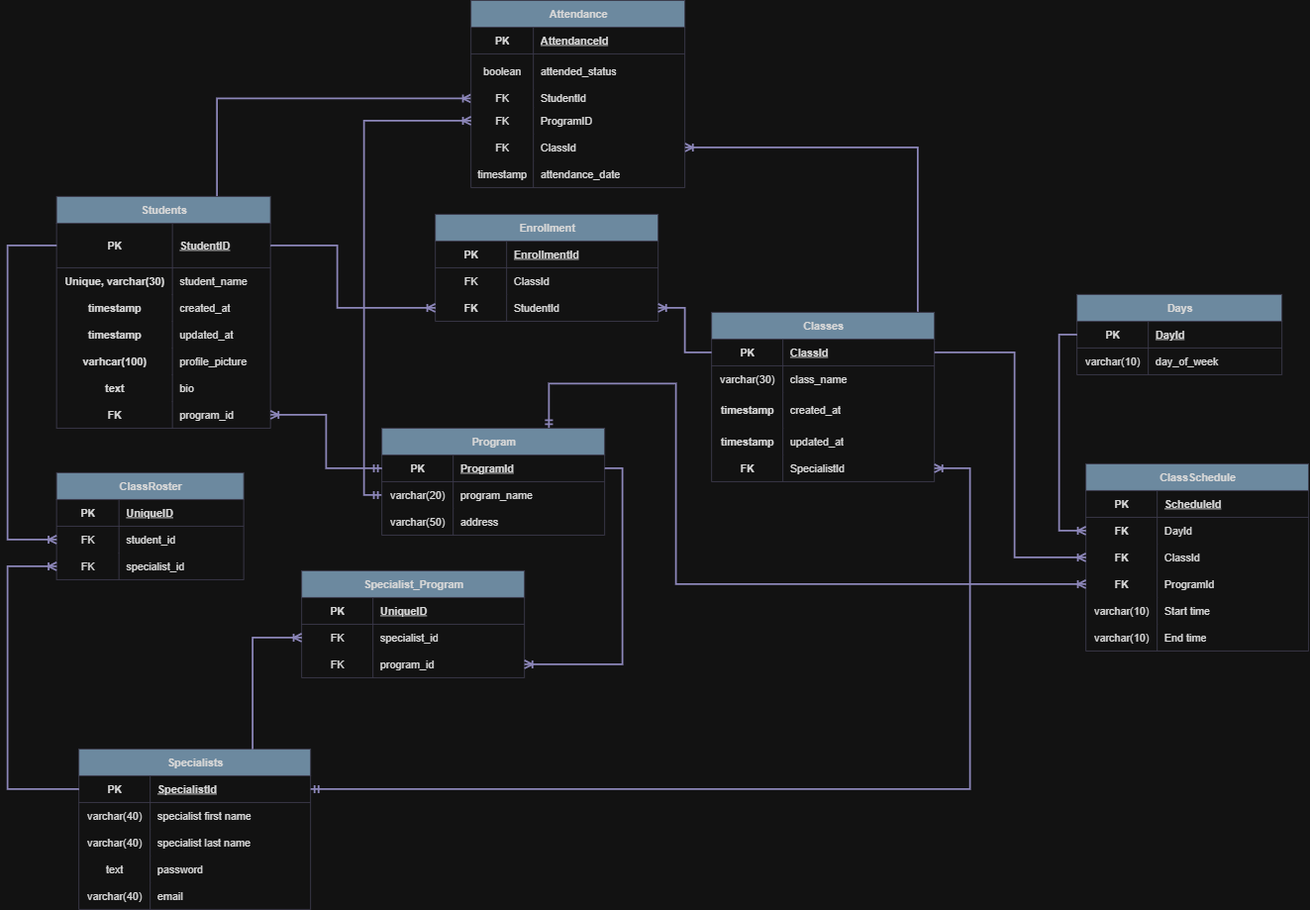
This is AttendanceTrackerApp/docs/diagrams/attendance tracker schema diagram.png from darienmiller88/AttendanceTracker, a draw.io export, as it was before one commit. Source tidied: cells renumbered, new cells last; positions are measured from the earlier drawing's top-left corner, leaving out a move shared by most shapes.
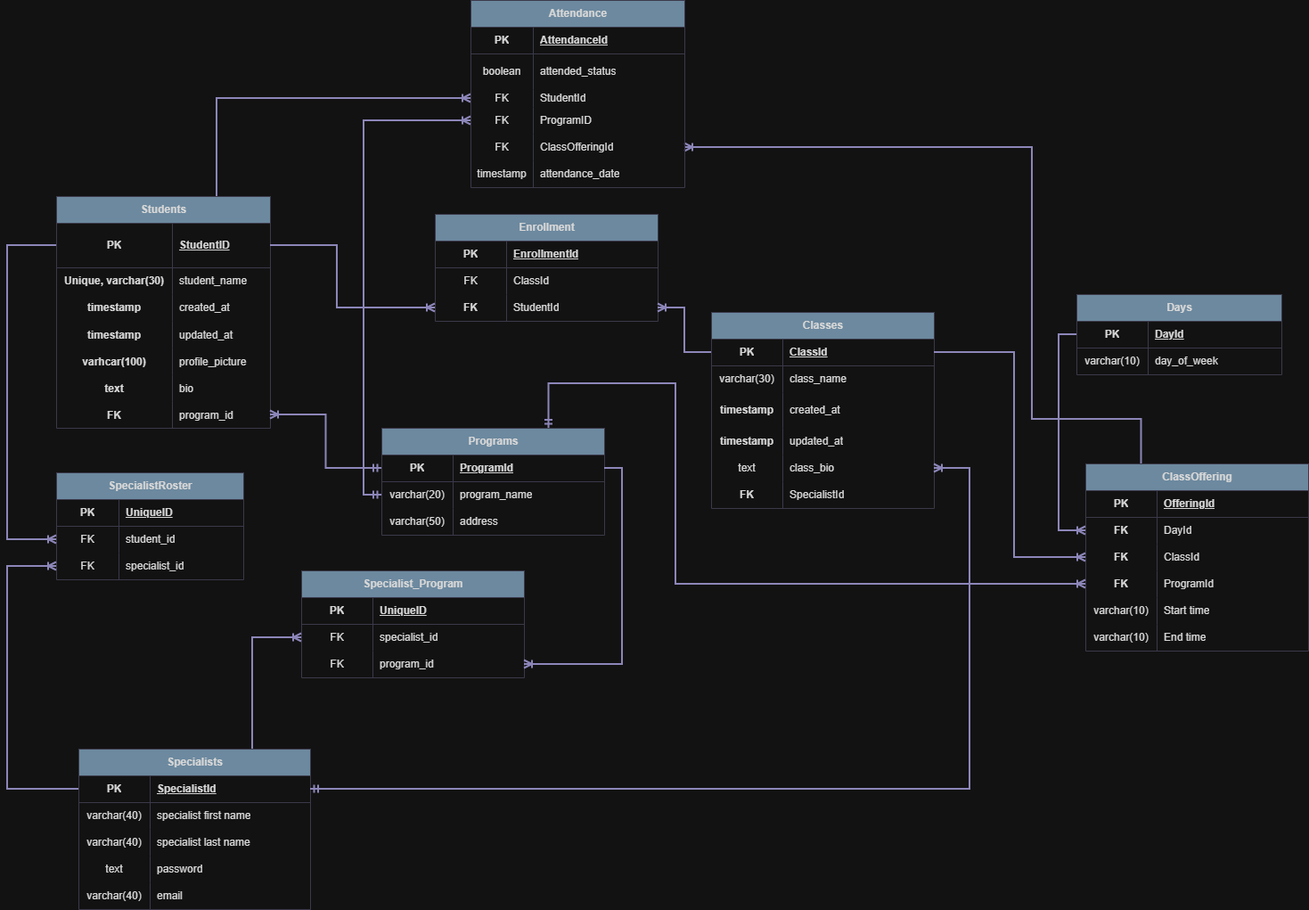
The same file after the commit.

Commit message:
progress: added new schema diagram, Attendance table reference class offering instead of class

Change to the diagram source:
```diff
@@ -2,11 +2,17 @@
   <root>
     <mxCell id="0" />
     <mxCell id="1" parent="0" />
-    <mxCell id="2" style="edgeStyle=orthogonalEdgeStyle;rounded=0;jettySize=auto;html=1;exitX=0.925;exitY=-0.004;exitDx=0;exitDy=0;entryX=1;entryY=0.5;entryDx=0;entryDy=0;strokeColor=#736CA8;fontColor=#1A1A1A;strokeWidth=2;endArrow=ERoneToMany;endFill=0;exitPerimeter=0;" parent="1" edge="1" source="3" target="55">
-      <mxGeometry relative="1" as="geometry" />
+    <mxCell id="2" style="edgeStyle=orthogonalEdgeStyle;rounded=0;jettySize=auto;html=1;exitX=0.25;exitY=0;exitDx=0;exitDy=0;entryX=1;entryY=0.5;entryDx=0;entryDy=0;strokeColor=#736CA8;fontColor=#1A1A1A;strokeWidth=2;endArrow=ERoneToMany;endFill=0;" parent="1" edge="1" source="107" target="55">
+      <mxGeometry relative="1" as="geometry">
+        <Array as="points">
+          <mxPoint x="1273" y="470" />
+          <mxPoint x="1150" y="470" />
+          <mxPoint x="1150" y="165" />
+        </Array>
+      </mxGeometry>
     </mxCell>
     <mxCell id="3" value="Classes" style="shape=table;startSize=30;rowLines=0;fontStyle=1;align=center;html=1;labelBackgroundColor=none;fillColor=#5D7F99;strokeColor=#D0CEE2;fontColor=#1A1A1A;" parent="1" vertex="1">
-      <mxGeometry x="790" y="350" width="250" height="190" as="geometry" />
+      <mxGeometry x="790" y="350" width="250" height="220" as="geometry" />
     </mxCell>
     <mxCell id="4" style="shape=tableRow;horizontal=0;startSize=0;swimlaneHead=0;swimlaneBody=0;fillColor=none;points=[[0,0.5],[1,0.5]];portConstraint=eastwest;top=0;left=0;right=0;bottom=1;labelBackgroundColor=none;strokeColor=#D0CEE2;fontColor=#1A1A1A;" parent="3" vertex="1">
       <mxGeometry y="30" width="250" height="30" as="geometry" />
@@ -44,8 +50,17 @@
     <mxCell id="15" value="updated_at" style="shape=partialRectangle;fillColor=none;top=0;left=0;bottom=0;right=0;align=left;spacingLeft=6;overflow=hidden;whiteSpace=wrap;html=1;labelBackgroundColor=none;strokeColor=#D0CEE2;fontColor=#1A1A1A;" parent="13" vertex="1">
       <mxGeometry x="80" width="170" height="30" as="geometry" />
     </mxCell>
+    <mxCell id="155" style="shape=tableRow;horizontal=0;startSize=0;swimlaneHead=0;swimlaneBody=0;fillColor=none;top=0;left=0;right=0;bottom=0;labelBackgroundColor=none;strokeColor=#D0CEE2;fontColor=#1A1A1A;" parent="3" vertex="1">
+      <mxGeometry y="160" width="250" height="30" as="geometry" />
+    </mxCell>
+    <mxCell id="156" value="text" style="shape=partialRectangle;fillColor=none;top=0;left=0;bottom=0;right=0;overflow=hidden;whiteSpace=wrap;html=1;labelBackgroundColor=none;strokeColor=#D0CEE2;fontColor=#1A1A1A;" parent="155" vertex="1">
+      <mxGeometry width="80" height="30" as="geometry" />
+    </mxCell>
+    <mxCell id="157" value="class_bio" style="shape=partialRectangle;fillColor=none;top=0;left=0;bottom=0;right=0;align=left;spacingLeft=6;overflow=hidden;whiteSpace=wrap;html=1;labelBackgroundColor=none;strokeColor=#D0CEE2;fontColor=#1A1A1A;" parent="155" vertex="1">
+      <mxGeometry x="80" width="170" height="30" as="geometry" />
+    </mxCell>
     <mxCell id="16" style="shape=tableRow;horizontal=0;startSize=0;swimlaneHead=0;swimlaneBody=0;fillColor=none;points=[[0,0.5],[1,0.5]];portConstraint=eastwest;top=0;left=0;right=0;bottom=0;labelBackgroundColor=none;strokeColor=#D0CEE2;fontColor=#1A1A1A;" parent="3" vertex="1">
-      <mxGeometry y="160" width="250" height="30" as="geometry" />
+      <mxGeometry y="190" width="250" height="30" as="geometry" />
     </mxCell>
     <mxCell id="17" value="&lt;b&gt;FK&lt;/b&gt;" style="shape=partialRectangle;fillColor=none;top=0;left=0;bottom=0;right=0;overflow=hidden;whiteSpace=wrap;html=1;labelBackgroundColor=none;strokeColor=#D0CEE2;fontColor=#1A1A1A;" parent="16" vertex="1">
       <mxGeometry width="80" height="30" as="geometry" />
@@ -167,7 +182,7 @@
     <mxCell id="56" value="FK" style="shape=partialRectangle;fillColor=none;top=0;left=0;bottom=0;right=0;overflow=hidden;whiteSpace=wrap;html=1;labelBackgroundColor=none;strokeColor=#D0CEE2;fontColor=#1A1A1A;" parent="55" vertex="1">
       <mxGeometry width="70" height="30" as="geometry" />
     </mxCell>
-    <mxCell id="57" value="ClassId" style="shape=partialRectangle;fillColor=none;top=0;left=0;bottom=0;right=0;align=left;spacingLeft=6;overflow=hidden;whiteSpace=wrap;html=1;labelBackgroundColor=none;strokeColor=#D0CEE2;fontColor=#1A1A1A;" parent="55" vertex="1">
+    <mxCell id="57" value="ClassOfferingId" style="shape=partialRectangle;fillColor=none;top=0;left=0;bottom=0;right=0;align=left;spacingLeft=6;overflow=hidden;whiteSpace=wrap;html=1;labelBackgroundColor=none;strokeColor=#D0CEE2;fontColor=#1A1A1A;" parent="55" vertex="1">
       <mxGeometry x="70" width="170" height="30" as="geometry" />
     </mxCell>
     <mxCell id="58" style="shape=tableRow;horizontal=0;startSize=0;swimlaneHead=0;swimlaneBody=0;fillColor=none;top=0;left=0;right=0;bottom=0;labelBackgroundColor=none;strokeColor=#D0CEE2;fontColor=#1A1A1A;" parent="42" vertex="1">
@@ -248,7 +263,7 @@
     <mxCell id="83" value="day_of_week" style="shape=partialRectangle;fillColor=none;top=0;left=0;bottom=0;right=0;align=left;spacingLeft=6;overflow=hidden;whiteSpace=wrap;html=1;labelBackgroundColor=none;strokeColor=#D0CEE2;fontColor=#1A1A1A;" parent="81" vertex="1">
       <mxGeometry x="80" width="150" height="30" as="geometry" />
     </mxCell>
-    <mxCell id="84" value="ClassRoster" style="shape=table;startSize=30;rowLines=0;fontStyle=1;align=center;html=1;labelBackgroundColor=none;fillColor=#5D7F99;strokeColor=#D0CEE2;fontColor=#1A1A1A;" parent="1" vertex="1">
+    <mxCell id="84" value="SpecialistRoster" style="shape=table;startSize=30;rowLines=0;fontStyle=1;align=center;html=1;labelBackgroundColor=none;fillColor=#5D7F99;strokeColor=#D0CEE2;fontColor=#1A1A1A;" parent="1" vertex="1">
       <mxGeometry x="55" y="530" width="210" height="120" as="geometry" />
     </mxCell>
     <mxCell id="85" style="shape=tableRow;horizontal=0;startSize=0;swimlaneHead=0;swimlaneBody=0;fillColor=none;top=0;left=0;right=0;bottom=1;labelBackgroundColor=none;strokeColor=#D0CEE2;fontColor=#1A1A1A;" parent="84" vertex="1">
@@ -332,7 +347,7 @@
         </Array>
       </mxGeometry>
     </mxCell>
-    <mxCell id="107" value="ClassSchedule" style="shape=table;startSize=30;rowLines=0;fontStyle=1;align=center;html=1;labelBackgroundColor=none;fillColor=#5D7F99;strokeColor=#D0CEE2;fontColor=#1A1A1A;" parent="1" vertex="1">
+    <mxCell id="107" value="ClassOffering" style="shape=table;startSize=30;rowLines=0;fontStyle=1;align=center;html=1;labelBackgroundColor=none;fillColor=#5D7F99;strokeColor=#D0CEE2;fontColor=#1A1A1A;" parent="1" vertex="1">
       <mxGeometry x="1210" y="520" width="250" height="210" as="geometry" />
     </mxCell>
     <mxCell id="108" style="shape=tableRow;horizontal=0;startSize=0;swimlaneHead=0;swimlaneBody=0;fillColor=none;top=0;left=0;right=0;bottom=1;labelBackgroundColor=none;strokeColor=#D0CEE2;fontColor=#1A1A1A;" parent="107" vertex="1">
@@ -341,7 +356,7 @@
     <mxCell id="109" value="PK" style="shape=partialRectangle;fillColor=none;top=0;left=0;bottom=0;right=0;fontStyle=1;overflow=hidden;whiteSpace=wrap;html=1;labelBackgroundColor=none;strokeColor=#D0CEE2;fontColor=#1A1A1A;" parent="108" vertex="1">
       <mxGeometry width="80" height="30" as="geometry" />
     </mxCell>
-    <mxCell id="110" value="ScheduleId" style="shape=partialRectangle;fillColor=none;top=0;left=0;bottom=0;right=0;align=left;spacingLeft=6;fontStyle=5;overflow=hidden;whiteSpace=wrap;html=1;labelBackgroundColor=none;strokeColor=#D0CEE2;fontColor=#1A1A1A;" parent="108" vertex="1">
+    <mxCell id="110" value="OfferingId" style="shape=partialRectangle;fillColor=none;top=0;left=0;bottom=0;right=0;align=left;spacingLeft=6;fontStyle=5;overflow=hidden;whiteSpace=wrap;html=1;labelBackgroundColor=none;strokeColor=#D0CEE2;fontColor=#1A1A1A;" parent="108" vertex="1">
       <mxGeometry x="80" width="170" height="30" as="geometry" />
     </mxCell>
     <mxCell id="111" style="shape=tableRow;horizontal=0;startSize=0;swimlaneHead=0;swimlaneBody=0;fillColor=none;points=[[0,0.5],[1,0.5]];portConstraint=eastwest;top=0;left=0;right=0;bottom=0;labelBackgroundColor=none;strokeColor=#D0CEE2;fontColor=#1A1A1A;" parent="107" vertex="1">
@@ -445,7 +460,7 @@
     <mxCell id="140" style="edgeStyle=orthogonalEdgeStyle;rounded=0;jettySize=auto;html=1;exitX=0;exitY=0.5;exitDx=0;exitDy=0;entryX=0;entryY=0.5;entryDx=0;entryDy=0;strokeColor=#736CA8;fontColor=#1A1A1A;strokeWidth=2;endArrow=ERoneToMany;endFill=0;startArrow=ERmandOne;startFill=0;" parent="1" edge="1" source="145" target="52">
       <mxGeometry relative="1" as="geometry" />
     </mxCell>
-    <mxCell id="141" value="Program" style="shape=table;startSize=30;rowLines=0;fontStyle=1;align=center;html=1;strokeColor=#D0CEE2;fontColor=#1A1A1A;fillColor=#5D7F99;" parent="1" vertex="1">
+    <mxCell id="141" value="Programs" style="shape=table;startSize=30;rowLines=0;fontStyle=1;align=center;html=1;strokeColor=#D0CEE2;fontColor=#1A1A1A;fillColor=#5D7F99;" parent="1" vertex="1">
       <mxGeometry x="420" y="480" width="250" height="120" as="geometry" />
     </mxCell>
     <mxCell id="142" style="shape=tableRow;horizontal=0;startSize=0;swimlaneHead=0;swimlaneBody=0;fillColor=none;points=[[0,0.5],[1,0.5]];portConstraint=eastwest;top=0;left=0;right=0;bottom=1;strokeColor=#D0CEE2;fontColor=#1A1A1A;" parent="141" vertex="1">
@@ -484,8 +499,9 @@
     <mxCell id="153" style="edgeStyle=orthogonalEdgeStyle;rounded=0;jettySize=auto;html=1;exitX=0;exitY=0.5;exitDx=0;exitDy=0;entryX=1;entryY=0.5;entryDx=0;entryDy=0;strokeColor=#736CA8;fontColor=#1A1A1A;strokeWidth=2;endArrow=ERoneToMany;endFill=0;startArrow=ERmandOne;startFill=0;" parent="1" edge="1" source="142" target="39">
       <mxGeometry relative="1" as="geometry" />
     </mxCell>
-    <mxCell id="154" style="edgeStyle=orthogonalEdgeStyle;rounded=0;jettySize=auto;html=1;exitX=1;exitY=0.5;exitDx=0;exitDy=0;entryX=1;entryY=0.5;entryDx=0;entryDy=0;strokeColor=#736CA8;fontColor=#1A1A1A;strokeWidth=2;endArrow=ERoneToMany;endFill=0;startArrow=ERmandOne;startFill=0;" parent="1" edge="1" source="62" target="16">
+    <mxCell id="154" style="edgeStyle=orthogonalEdgeStyle;rounded=0;jettySize=auto;html=1;exitX=1;exitY=0.5;exitDx=0;exitDy=0;strokeColor=#736CA8;fontColor=#1A1A1A;strokeWidth=2;endArrow=ERoneToMany;endFill=0;startArrow=ERmandOne;startFill=0;" parent="1" edge="1" source="62">
       <mxGeometry relative="1" as="geometry">
+        <mxPoint x="1040" y="525" as="targetPoint" />
         <Array as="points">
           <mxPoint x="1080" y="885" />
           <mxPoint x="1080" y="525" />
```
